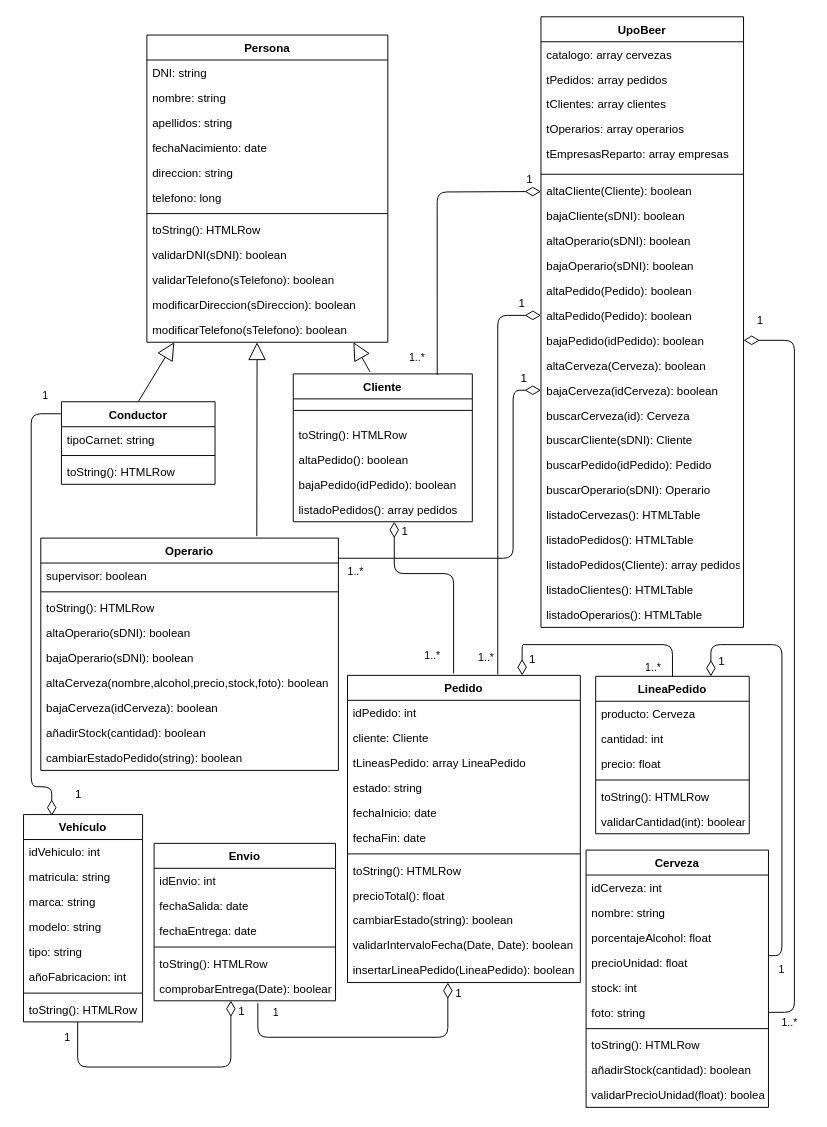
This is Untitled Diagram.drawio from iandreafh/UpoBeer, a draw.io file, before an edit. Source tidied: cells renumbered, new cells numbered last; positions are measured from the earlier drawing's top-left corner, leaving out a move shared by most shapes. Both pictures are drawn from the tidied source at 96%, with x=0, y=0 at pixel (23, 16).
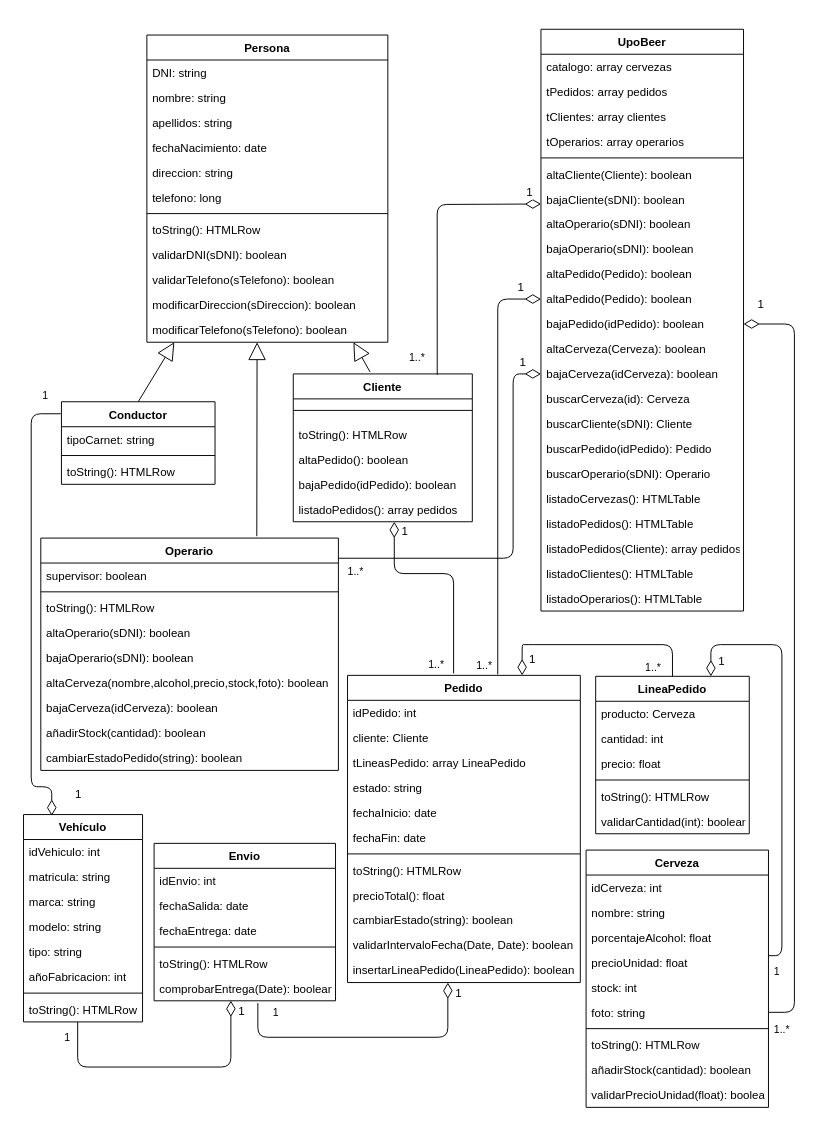
After the change.

The change refers to these unchanged cells:
```xml
<mxCell id="53" value="precioUnidad: float" style="text;strokeColor=none;fillColor=none;align=left;verticalAlign=top;spacingLeft=4;spacingRight=4;overflow=hidden;points=[[0,0.5],[1,0.5]];portConstraint=eastwest;" parent="49" vertex="1">
  <mxGeometry y="104" width="190" height="26" as="geometry" />
</mxCell>
<mxCell id="55" value="foto: string" style="text;strokeColor=none;fillColor=none;align=left;verticalAlign=top;spacingLeft=4;spacingRight=4;overflow=hidden;points=[[0,0.5],[1,0.5]];portConstraint=eastwest;" parent="49" vertex="1">
  <mxGeometry y="156" width="190" height="26" as="geometry" />
</mxCell>
<mxCell id="60" value="Operario" style="swimlane;fontStyle=1;align=center;verticalAlign=top;horizontal=1;startSize=26;" parent="1" vertex="1">
  <mxGeometry x="18" y="543" width="310" height="242" as="geometry" />
</mxCell>
<mxCell id="105" value="LineaPedido" style="swimlane;fontStyle=1;align=center;verticalAlign=top;horizontal=1;startSize=26;" parent="1" vertex="1">
  <mxGeometry x="596" y="687" width="160" height="164" as="geometry" />
</mxCell>
```

The edit, as a diff of the source:
```diff
@@
     <mxCell id="22" value="UpoBeer" style="swimlane;fontStyle=1;align=center;verticalAlign=top;horizontal=1;startSize=26;" parent="1" vertex="1">
-      <mxGeometry x="539" width="211" height="636" as="geometry" />
+      <mxGeometry x="539" y="13" width="211" height="606" as="geometry" />
     </mxCell>
@@
-    <mxCell id="27" value="tEmpresasReparto: array empresas" style="text;strokeColor=none;fillColor=none;align=left;verticalAlign=top;spacingLeft=4;spacingRight=4;overflow=hidden;" parent="22" vertex="1">
-      <mxGeometry y="130" width="211" height="30" as="geometry" />
-    </mxCell>
     <mxCell id="28" style="line;strokeWidth=1;fillColor=none;align=left;verticalAlign=middle;spacingTop=-1;spacingLeft=3;spacingRight=3;labelPosition=right;" parent="22" vertex="1">
-      <mxGeometry y="160" width="211" height="8" as="geometry" />
+      <mxGeometry y="130" width="211" height="8" as="geometry" />
     </mxCell>
     <mxCell id="29" value="altaCliente(Cliente): boolean" style="text;strokeColor=none;fillColor=none;align=left;verticalAlign=top;spacingLeft=4;spacingRight=4;overflow=hidden;" parent="22" vertex="1">
-      <mxGeometry y="168" width="211" height="26" as="geometry" />
+      <mxGeometry y="138" width="211" height="26" as="geometry" />
     </mxCell>
@@
     <mxCell id="32" value="bajaCliente(sDNI): boolean" style="text;strokeColor=none;fillColor=none;align=left;verticalAlign=top;spacingLeft=4;spacingRight=4;overflow=hidden;" parent="22" vertex="1">
-      <mxGeometry y="194" width="211" height="26" as="geometry" />
+      <mxGeometry y="164" width="211" height="26" as="geometry" />
     </mxCell>
     <mxCell id="33" value="altaOperario(sDNI): boolean" style="text;strokeColor=none;fillColor=none;align=left;verticalAlign=top;spacingLeft=4;spacingRight=4;overflow=hidden;" parent="22" vertex="1">
-      <mxGeometry y="220" width="211" height="26" as="geometry" />
+      <mxGeometry y="190" width="211" height="26" as="geometry" />
     </mxCell>
     <mxCell id="34" value="bajaOperario(sDNI): boolean" style="text;strokeColor=none;fillColor=none;align=left;verticalAlign=top;spacingLeft=4;spacingRight=4;overflow=hidden;" parent="22" vertex="1">
-      <mxGeometry y="246" width="211" height="26" as="geometry" />
+      <mxGeometry y="216" width="211" height="26" as="geometry" />
     </mxCell>
     <mxCell id="35" value="altaPedido(Pedido): boolean" style="text;strokeColor=none;fillColor=none;align=left;verticalAlign=top;spacingLeft=4;spacingRight=4;overflow=hidden;" parent="22" vertex="1">
-      <mxGeometry y="272" width="211" height="26" as="geometry" />
+      <mxGeometry y="242" width="211" height="26" as="geometry" />
     </mxCell>
     <mxCell id="36" value="altaPedido(Pedido): boolean" style="text;strokeColor=none;fillColor=none;align=left;verticalAlign=top;spacingLeft=4;spacingRight=4;overflow=hidden;points=[[0,0.5],[1,0.5]];portConstraint=eastwest;" parent="22" vertex="1">
-      <mxGeometry y="298" width="211" height="26" as="geometry" />
+      <mxGeometry y="268" width="211" height="26" as="geometry" />
     </mxCell>
     <mxCell id="37" value="bajaPedido(idPedido): boolean" style="text;strokeColor=none;fillColor=none;align=left;verticalAlign=top;spacingLeft=4;spacingRight=4;overflow=hidden;points=[[0,0.5],[1,0.5]];portConstraint=eastwest;" parent="22" vertex="1">
-      <mxGeometry y="324" width="211" height="26" as="geometry" />
+      <mxGeometry y="294" width="211" height="26" as="geometry" />
     </mxCell>
     <mxCell id="38" value="altaCerveza(Cerveza): boolean" style="text;strokeColor=none;fillColor=none;align=left;verticalAlign=top;spacingLeft=4;spacingRight=4;overflow=hidden;" parent="22" vertex="1">
-      <mxGeometry y="350" width="211" height="26" as="geometry" />
+      <mxGeometry y="320" width="211" height="26" as="geometry" />
     </mxCell>
     <mxCell id="39" value="bajaCerveza(idCerveza): boolean" style="text;strokeColor=none;fillColor=none;align=left;verticalAlign=top;spacingLeft=4;spacingRight=4;overflow=hidden;points=[[0,0.5],[1,0.5]];portConstraint=eastwest;" parent="22" vertex="1">
-      <mxGeometry y="376" width="211" height="26" as="geometry" />
+      <mxGeometry y="346" width="211" height="26" as="geometry" />
     </mxCell>
     <mxCell id="40" value="buscarCerveza(id): Cerveza" style="text;strokeColor=none;fillColor=none;align=left;verticalAlign=top;spacingLeft=4;spacingRight=4;overflow=hidden;" parent="22" vertex="1">
-      <mxGeometry y="402" width="211" height="26" as="geometry" />
+      <mxGeometry y="372" width="211" height="26" as="geometry" />
     </mxCell>
     <mxCell id="41" value="buscarCliente(sDNI): Cliente" style="text;strokeColor=none;fillColor=none;align=left;verticalAlign=top;spacingLeft=4;spacingRight=4;overflow=hidden;" parent="22" vertex="1">
-      <mxGeometry y="428" width="211" height="26" as="geometry" />
+      <mxGeometry y="398" width="211" height="26" as="geometry" />
     </mxCell>
     <mxCell id="42" value="buscarPedido(idPedido): Pedido" style="text;strokeColor=none;fillColor=none;align=left;verticalAlign=top;spacingLeft=4;spacingRight=4;overflow=hidden;" parent="22" vertex="1">
-      <mxGeometry y="454" width="211" height="26" as="geometry" />
+      <mxGeometry y="424" width="211" height="26" as="geometry" />
     </mxCell>
     <mxCell id="43" value="buscarOperario(sDNI): Operario" style="text;strokeColor=none;fillColor=none;align=left;verticalAlign=top;spacingLeft=4;spacingRight=4;overflow=hidden;" parent="22" vertex="1">
-      <mxGeometry y="480" width="211" height="26" as="geometry" />
+      <mxGeometry y="450" width="211" height="26" as="geometry" />
     </mxCell>
     <mxCell id="44" value="listadoCervezas(): HTMLTable" style="text;strokeColor=none;fillColor=none;align=left;verticalAlign=top;spacingLeft=4;spacingRight=4;overflow=hidden;" parent="22" vertex="1">
-      <mxGeometry y="506" width="211" height="26" as="geometry" />
+      <mxGeometry y="476" width="211" height="26" as="geometry" />
     </mxCell>
     <mxCell id="45" value="listadoPedidos(): HTMLTable" style="text;strokeColor=none;fillColor=none;align=left;verticalAlign=top;spacingLeft=4;spacingRight=4;overflow=hidden;" parent="22" vertex="1">
-      <mxGeometry y="532" width="211" height="26" as="geometry" />
+      <mxGeometry y="502" width="211" height="26" as="geometry" />
     </mxCell>
     <mxCell id="46" value="listadoPedidos(Cliente): array pedidos" style="text;strokeColor=none;fillColor=none;align=left;verticalAlign=top;spacingLeft=4;spacingRight=4;overflow=hidden;" parent="22" vertex="1">
-      <mxGeometry y="558" width="211" height="26" as="geometry" />
+      <mxGeometry y="528" width="211" height="26" as="geometry" />
     </mxCell>
     <mxCell id="47" value="listadoClientes(): HTMLTable" style="text;strokeColor=none;fillColor=none;align=left;verticalAlign=top;spacingLeft=4;spacingRight=4;overflow=hidden;" parent="22" vertex="1">
-      <mxGeometry y="584" width="211" height="26" as="geometry" />
+      <mxGeometry y="554" width="211" height="26" as="geometry" />
     </mxCell>
     <mxCell id="48" value="listadoOperarios(): HTMLTable" style="text;strokeColor=none;fillColor=none;align=left;verticalAlign=top;spacingLeft=4;spacingRight=4;overflow=hidden;" parent="22" vertex="1">
-      <mxGeometry y="610" width="211" height="26" as="geometry" />
+      <mxGeometry y="580" width="211" height="26" as="geometry" />
     </mxCell>
@@
     <mxCell id="112" value="1..*" style="endArrow=none;html=1;endSize=12;startArrow=diamondThin;startSize=14;startFill=0;edgeStyle=orthogonalEdgeStyle;align=left;verticalAlign=bottom;rounded=1;endFill=0;" parent="1" edge="1">
-      <mxGeometry x="0.9" y="-32" relative="1" as="geometry">
+      <mxGeometry x="1" y="-28" relative="1" as="geometry">
         <mxPoint x="386.2" y="526" as="sourcePoint" />
         <mxPoint x="448" y="684" as="targetPoint" />
         <Array as="points">
-          <mxPoint x="387" y="580" />
+          <mxPoint x="386" y="580" />
           <mxPoint x="448" y="580" />
         </Array>
-        <mxPoint y="1" as="offset" />
       </mxGeometry>
     </mxCell>
@@
     <mxCell id="116" value="1" style="endArrow=none;html=1;endSize=12;startArrow=diamondThin;startSize=14;startFill=0;edgeStyle=orthogonalEdgeStyle;align=left;verticalAlign=bottom;rounded=1;endFill=0;exitX=0.75;exitY=0;exitDx=0;exitDy=0;" parent="1" edge="1" source="105" target="53">
-      <mxGeometry x="0.96" y="24" relative="1" as="geometry">
+      <mxGeometry x="0.98" y="26" relative="1" as="geometry">
         <Array as="points">
           <mxPoint x="716" y="654" />
           <mxPoint x="790" y="654" />
           <mxPoint x="790" y="978" />
         </Array>
       </mxGeometry>
     </mxCell>
@@
     <mxCell id="118" value="1..*" style="endArrow=none;html=1;endSize=12;startArrow=diamondThin;startSize=14;startFill=0;edgeStyle=orthogonalEdgeStyle;align=left;verticalAlign=bottom;rounded=1;endFill=0;entryX=1;entryY=0.5;entryDx=0;entryDy=0;exitX=1;exitY=0.5;exitDx=0;exitDy=0;" parent="1" edge="1" source="37" target="55">
-      <mxGeometry x="0.97" y="20" relative="1" as="geometry">
+      <mxGeometry x="0.99" y="27" relative="1" as="geometry">
         <Array as="points">
-          <mxPoint x="803" y="337" />
+          <mxPoint x="803" y="320" />
           <mxPoint x="803" y="1037" />
         </Array>
       </mxGeometry>
     </mxCell>
@@
     <mxCell id="120" value="1..*" style="endArrow=none;html=1;endSize=12;startArrow=diamondThin;startSize=14;startFill=0;edgeStyle=orthogonalEdgeStyle;align=left;verticalAlign=bottom;rounded=1;endFill=0;exitX=0;exitY=0.5;exitDx=0;exitDy=0;" parent="1" edge="1" source="36">
-      <mxGeometry x="0.96" y="-22" relative="1" as="geometry">
+      <mxGeometry x="1" y="-24" relative="1" as="geometry">
         <mxPoint x="494" y="685" as="targetPoint" />
         <Array as="points">
-          <mxPoint x="494" y="311" />
+          <mxPoint x="494" y="294" />
         </Array>
       </mxGeometry>
     </mxCell>
@@
     <mxCell id="128" value="1..*" style="endArrow=none;html=1;endSize=12;startArrow=diamondThin;startSize=14;startFill=0;edgeStyle=orthogonalEdgeStyle;align=left;verticalAlign=bottom;rounded=1;endFill=0;exitX=0;exitY=0.5;exitDx=0;exitDy=0;" parent="1" edge="1" source="39" target="60">
       <mxGeometry x="0.96" y="23" relative="1" as="geometry">
         <Array as="points">
-          <mxPoint x="510" y="389" />
+          <mxPoint x="510" y="372" />
           <mxPoint x="510" y="564" />
         </Array>
       </mxGeometry>
     </mxCell>
```
